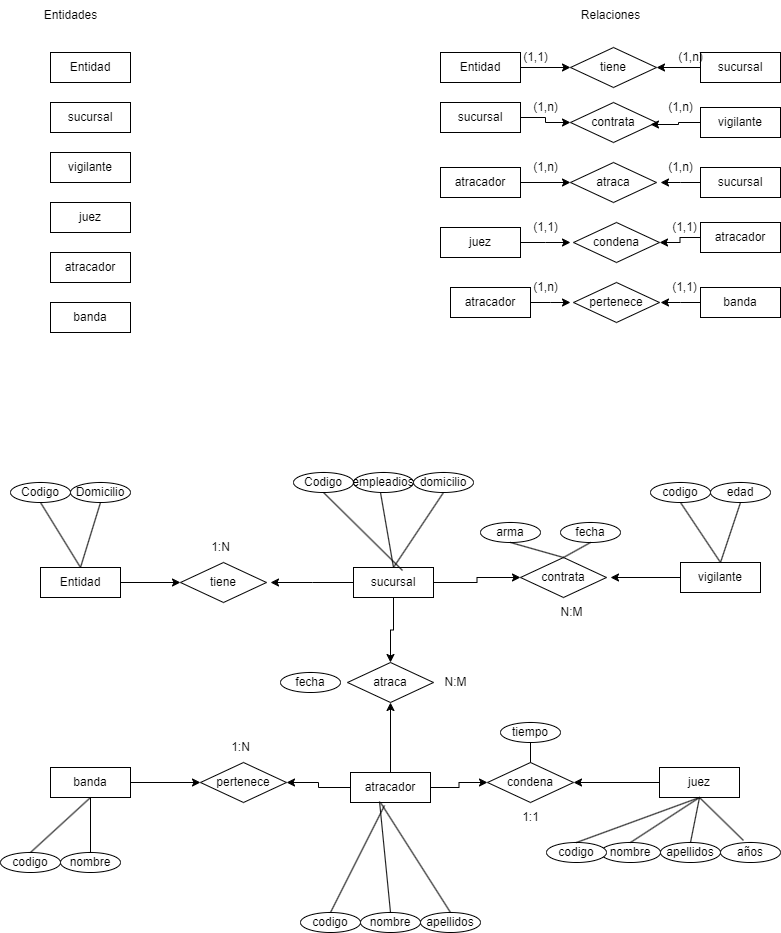
adogonz23/BAE keeps this draw.io diagram as Tarea2_E9.png. Above is the earlier version. Source tidied: cells renumbered, new cells last; positions are measured from the earlier drawing's top-left corner, leaving out a move shared by most shapes.
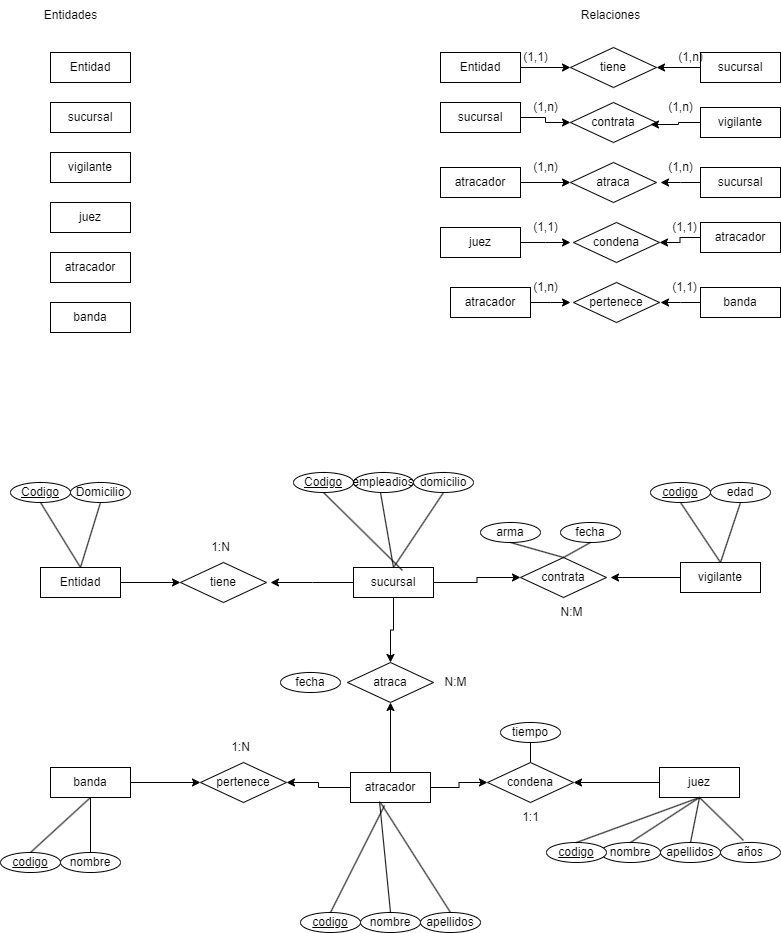
After the change.

Change to the diagram source:
```diff
@@ -173,13 +173,13 @@
     <mxCell id="54" value="tiene" style="rhombus;whiteSpace=wrap;html=1;" parent="1" vertex="1">
       <mxGeometry x="180" y="562" width="86" height="40" as="geometry" />
     </mxCell>
-    <mxCell id="55" value="Codigo" style="ellipse;whiteSpace=wrap;html=1;" parent="1" vertex="1">
+    <mxCell id="55" value="&lt;u&gt;Codigo&lt;/u&gt;" style="ellipse;whiteSpace=wrap;html=1;" parent="1" vertex="1">
       <mxGeometry x="10" y="482" width="60" height="20" as="geometry" />
     </mxCell>
     <mxCell id="56" value="Domicilio" style="ellipse;whiteSpace=wrap;html=1;" parent="1" vertex="1">
       <mxGeometry x="70" y="482" width="60" height="20" as="geometry" />
     </mxCell>
-    <mxCell id="57" value="Codigo" style="ellipse;whiteSpace=wrap;html=1;" parent="1" vertex="1">
+    <mxCell id="57" value="&lt;u&gt;Codigo&lt;/u&gt;" style="ellipse;whiteSpace=wrap;html=1;" parent="1" vertex="1">
       <mxGeometry x="293" y="472" width="60" height="20" as="geometry" />
     </mxCell>
     <mxCell id="58" value="empleadios" style="ellipse;whiteSpace=wrap;html=1;" parent="1" vertex="1">
@@ -188,7 +188,7 @@
     <mxCell id="59" value="domicilio" style="ellipse;whiteSpace=wrap;html=1;" parent="1" vertex="1">
       <mxGeometry x="413" y="472" width="60" height="20" as="geometry" />
     </mxCell>
-    <mxCell id="60" value="codigo" style="ellipse;whiteSpace=wrap;html=1;" parent="1" vertex="1">
+    <mxCell id="60" value="&lt;u&gt;codigo&lt;/u&gt;" style="ellipse;whiteSpace=wrap;html=1;" parent="1" vertex="1">
       <mxGeometry x="650" y="482" width="60" height="20" as="geometry" />
     </mxCell>
     <mxCell id="61" value="edad" style="ellipse;whiteSpace=wrap;html=1;" parent="1" vertex="1">
@@ -203,7 +203,7 @@
     <mxCell id="64" value="años" style="ellipse;whiteSpace=wrap;html=1;" parent="1" vertex="1">
       <mxGeometry x="720" y="842" width="60" height="20" as="geometry" />
     </mxCell>
-    <mxCell id="65" value="codigo" style="ellipse;whiteSpace=wrap;html=1;" parent="1" vertex="1">
+    <mxCell id="65" value="&lt;u&gt;codigo&lt;/u&gt;" style="ellipse;whiteSpace=wrap;html=1;" parent="1" vertex="1">
       <mxGeometry x="300" y="912" width="60" height="20" as="geometry" />
     </mxCell>
     <mxCell id="66" value="nombre" style="ellipse;whiteSpace=wrap;html=1;" parent="1" vertex="1">
@@ -212,13 +212,13 @@
     <mxCell id="67" value="apellidos" style="ellipse;whiteSpace=wrap;html=1;" parent="1" vertex="1">
       <mxGeometry x="420" y="912" width="60" height="20" as="geometry" />
     </mxCell>
-    <mxCell id="68" value="codigo" style="ellipse;whiteSpace=wrap;html=1;" parent="1" vertex="1">
+    <mxCell id="68" value="&lt;u&gt;codigo&lt;/u&gt;" style="ellipse;whiteSpace=wrap;html=1;" parent="1" vertex="1">
       <mxGeometry y="852" width="60" height="20" as="geometry" />
     </mxCell>
     <mxCell id="69" value="nombre" style="ellipse;whiteSpace=wrap;html=1;" parent="1" vertex="1">
       <mxGeometry x="60" y="852" width="60" height="20" as="geometry" />
     </mxCell>
-    <mxCell id="70" value="codigo" style="ellipse;whiteSpace=wrap;html=1;" parent="1" vertex="1">
+    <mxCell id="70" value="&lt;u&gt;codigo&lt;/u&gt;" style="ellipse;whiteSpace=wrap;html=1;" parent="1" vertex="1">
       <mxGeometry x="546" y="842" width="60" height="20" as="geometry" />
     </mxCell>
     <mxCell id="71" value="tiempo" style="ellipse;whiteSpace=wrap;html=1;" parent="1" vertex="1">
```
